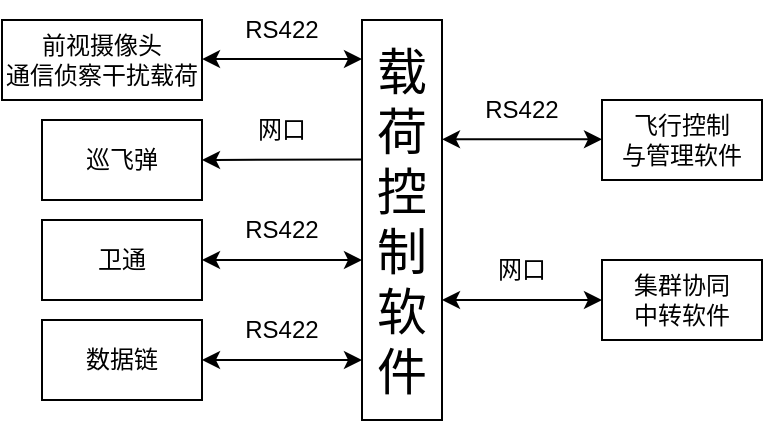
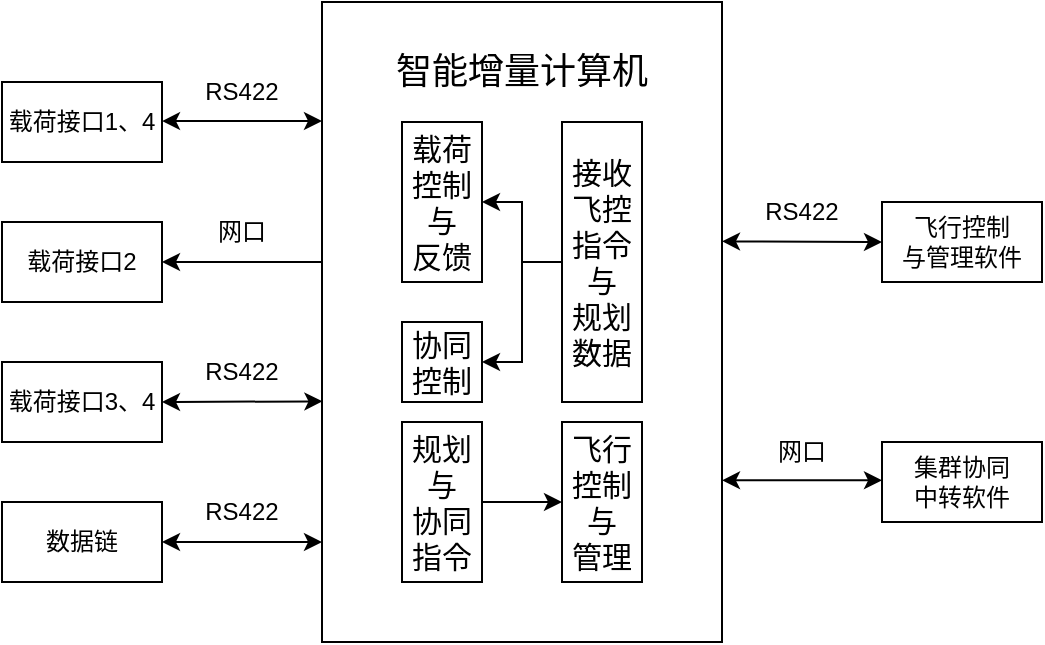
<mxfile host="app.diagrams.net" agent="Mozilla/5.0 (Windows NT 10.0; Win64; x64) AppleWebKit/537.36 (KHTML, like Gecko) Chrome/146.0.0.0 Safari/537.36" version="29.3.7">
-   <diagram name="第 1 页" id="NlSPOMpl6no0FbNGVIRb">
+   <diagram name="第 1 页" id="P7U0p2YBgUwdi0rxASiN">
    <mxGraphModel dx="786" dy="497" grid="1" gridSize="10" guides="1" tooltips="1" connect="1" arrows="1" fold="1" page="1" pageScale="1" pageWidth="827" pageHeight="1169" math="0" shadow="0">
      <root>
        <mxCell id="0" />
        <mxCell id="1" parent="0" />
-         <mxCell id="-c5naS9hgRaYut2M-Iny-1" parent="1" style="rounded=0;whiteSpace=wrap;html=1;" value="&lt;font style=&quot;font-size: 25px;&quot;&gt;载荷控制软件&lt;/font&gt;" vertex="1">
-           <mxGeometry height="200" width="40" x="240" y="120" as="geometry" />
+         <mxCell id="FJUeLi_HETRFmbpACcdS-1" parent="1" style="rounded=0;whiteSpace=wrap;html=1;" value="" vertex="1">
+           <mxGeometry height="320" width="200" x="280" y="80" as="geometry" />
        </mxCell>
-         <mxCell id="-c5naS9hgRaYut2M-Iny-3" edge="1" parent="1" style="edgeStyle=orthogonalEdgeStyle;rounded=0;orthogonalLoop=1;jettySize=auto;html=1;" value="">
-           <mxGeometry relative="1" as="geometry">
-             <mxPoint x="320" y="180" as="targetPoint" />
+         <mxCell id="FJUeLi_HETRFmbpACcdS-2" parent="1" style="text;html=1;whiteSpace=wrap;strokeColor=none;fillColor=none;align=center;verticalAlign=middle;rounded=0;" value="&lt;font style=&quot;font-size: 18px;&quot;&gt;智能增量计算机&lt;/font&gt;" vertex="1">
+           <mxGeometry height="30" width="140" x="310" y="100" as="geometry" />
+         </mxCell>
+         <mxCell id="FJUeLi_HETRFmbpACcdS-5" edge="1" parent="1" source="FJUeLi_HETRFmbpACcdS-3" style="edgeStyle=orthogonalEdgeStyle;rounded=0;orthogonalLoop=1;jettySize=auto;html=1;" target="FJUeLi_HETRFmbpACcdS-4" value="">
+           <mxGeometry relative="1" as="geometry" />
+         </mxCell>
+         <mxCell id="FJUeLi_HETRFmbpACcdS-3" parent="1" style="rounded=0;whiteSpace=wrap;html=1;" value="&lt;font style=&quot;font-size: 15px;&quot;&gt;接收飞控指令与&lt;br&gt;规划数据&lt;/font&gt;" vertex="1">
+           <mxGeometry height="140" width="40" x="400" y="140" as="geometry" />
+         </mxCell>
+         <mxCell id="FJUeLi_HETRFmbpACcdS-4" parent="1" style="rounded=0;whiteSpace=wrap;html=1;" value="&lt;font style=&quot;font-size: 15px;&quot;&gt;载荷控制&lt;/font&gt;&lt;div&gt;&lt;font style=&quot;font-size: 15px;&quot;&gt;与&lt;/font&gt;&lt;div&gt;&lt;font style=&quot;font-size: 15px;&quot;&gt;反馈&lt;/font&gt;&lt;/div&gt;&lt;/div&gt;" vertex="1">
+           <mxGeometry height="80" width="40" x="320" y="140" as="geometry" />
+         </mxCell>
+         <mxCell id="FJUeLi_HETRFmbpACcdS-6" parent="1" style="rounded=0;whiteSpace=wrap;html=1;" value="载荷接口1、4" vertex="1">
+           <mxGeometry height="40" width="80" x="120" y="120" as="geometry" />
+         </mxCell>
+         <mxCell id="FJUeLi_HETRFmbpACcdS-7" parent="1" style="rounded=0;whiteSpace=wrap;html=1;" value="载荷接口2" vertex="1">
+           <mxGeometry height="40" width="80" x="120" y="190" as="geometry" />
+         </mxCell>
+         <mxCell id="FJUeLi_HETRFmbpACcdS-8" parent="1" style="rounded=0;whiteSpace=wrap;html=1;" value="载荷接口3、4" vertex="1">
+           <mxGeometry height="40" width="80" x="120" y="260" as="geometry" />
+         </mxCell>
+         <mxCell id="FJUeLi_HETRFmbpACcdS-9" parent="1" style="rounded=0;whiteSpace=wrap;html=1;" value="数据链" vertex="1">
+           <mxGeometry height="40" width="80" x="120" y="330" as="geometry" />
+         </mxCell>
+         <mxCell id="FJUeLi_HETRFmbpACcdS-14" edge="1" parent="1" source="FJUeLi_HETRFmbpACcdS-8" style="endArrow=classic;startArrow=classic;html=1;rounded=0;exitX=1;exitY=0.5;exitDx=0;exitDy=0;entryX=0.001;entryY=0.624;entryDx=0;entryDy=0;entryPerimeter=0;" target="FJUeLi_HETRFmbpACcdS-1" value="">
+           <mxGeometry height="50" relative="1" width="50" as="geometry">
+             <mxPoint x="200" y="290" as="sourcePoint" />
+             <mxPoint x="250" y="240" as="targetPoint" />
          </mxGeometry>
        </mxCell>
-         <mxCell id="-c5naS9hgRaYut2M-Iny-6" parent="1" style="rounded=0;whiteSpace=wrap;html=1;" value="前视摄像头&lt;br&gt;通信侦察干扰载荷" vertex="1">
-           <mxGeometry height="40" width="100" x="60" y="120" as="geometry" />
-         </mxCell>
-         <mxCell id="-c5naS9hgRaYut2M-Iny-7" parent="1" style="rounded=0;whiteSpace=wrap;html=1;" value="巡飞弹" vertex="1">
-           <mxGeometry height="40" width="80" x="80" y="170" as="geometry" />
-         </mxCell>
-         <mxCell id="-c5naS9hgRaYut2M-Iny-8" parent="1" style="rounded=0;whiteSpace=wrap;html=1;" value="卫通" vertex="1">
-           <mxGeometry height="40" width="80" x="80" y="220" as="geometry" />
-         </mxCell>
-         <mxCell id="-c5naS9hgRaYut2M-Iny-9" parent="1" style="rounded=0;whiteSpace=wrap;html=1;" value="数据链" vertex="1">
-           <mxGeometry height="40" width="80" x="80" y="270" as="geometry" />
-         </mxCell>
-         <mxCell id="-c5naS9hgRaYut2M-Iny-10" edge="1" parent="1" source="-c5naS9hgRaYut2M-Iny-8" style="endArrow=classic;startArrow=classic;html=1;rounded=0;exitX=1;exitY=0.5;exitDx=0;exitDy=0;" value="">
+         <mxCell id="FJUeLi_HETRFmbpACcdS-15" edge="1" parent="1" style="endArrow=classic;html=1;rounded=0;entryX=1;entryY=0.5;entryDx=0;entryDy=0;" target="FJUeLi_HETRFmbpACcdS-7" value="">
          <mxGeometry height="50" relative="1" width="50" as="geometry">
-             <mxPoint x="160" y="290" as="sourcePoint" />
-             <mxPoint x="240" y="240" as="targetPoint" />
+             <mxPoint x="280" y="210" as="sourcePoint" />
+             <mxPoint x="290" y="190" as="targetPoint" />
          </mxGeometry>
        </mxCell>
-         <mxCell id="-c5naS9hgRaYut2M-Iny-11" edge="1" parent="1" source="-c5naS9hgRaYut2M-Iny-1" style="endArrow=classic;html=1;rounded=0;entryX=1;entryY=0.5;entryDx=0;entryDy=0;exitX=-0.008;exitY=0.349;exitDx=0;exitDy=0;exitPerimeter=0;" target="-c5naS9hgRaYut2M-Iny-7" value="">
+         <mxCell id="FJUeLi_HETRFmbpACcdS-16" edge="1" parent="1" source="FJUeLi_HETRFmbpACcdS-9" style="endArrow=classic;startArrow=classic;html=1;rounded=0;exitX=1;exitY=0.5;exitDx=0;exitDy=0;" value="">
          <mxGeometry height="50" relative="1" width="50" as="geometry">
-             <mxPoint x="240" y="210" as="sourcePoint" />
-             <mxPoint x="250" y="190" as="targetPoint" />
+             <mxPoint x="240" y="340" as="sourcePoint" />
+             <mxPoint x="280" y="350" as="targetPoint" />
          </mxGeometry>
        </mxCell>
-         <mxCell id="-c5naS9hgRaYut2M-Iny-12" edge="1" parent="1" source="-c5naS9hgRaYut2M-Iny-9" style="endArrow=classic;startArrow=classic;html=1;rounded=0;exitX=1;exitY=0.5;exitDx=0;exitDy=0;entryX=0;entryY=0.85;entryDx=0;entryDy=0;entryPerimeter=0;" target="-c5naS9hgRaYut2M-Iny-1" value="">
+         <mxCell id="FJUeLi_HETRFmbpACcdS-17" parent="1" style="rounded=0;whiteSpace=wrap;html=1;" value="飞行控制&lt;div&gt;与管理软件&lt;/div&gt;" vertex="1">
+           <mxGeometry height="40" width="80" x="560" y="180" as="geometry" />
+         </mxCell>
+         <mxCell id="FJUeLi_HETRFmbpACcdS-22" parent="1" style="rounded=0;whiteSpace=wrap;html=1;" value="集群协同&lt;div&gt;中转软件&lt;/div&gt;" vertex="1">
+           <mxGeometry height="40" width="80" x="560" y="300" as="geometry" />
+         </mxCell>
+         <mxCell id="FJUeLi_HETRFmbpACcdS-25" parent="1" style="text;html=1;whiteSpace=wrap;strokeColor=none;fillColor=none;align=center;verticalAlign=middle;rounded=0;" value="RS422" vertex="1">
+           <mxGeometry height="30" width="60" x="490" y="170" as="geometry" />
+         </mxCell>
+         <mxCell id="FJUeLi_HETRFmbpACcdS-26" parent="1" style="text;html=1;whiteSpace=wrap;strokeColor=none;fillColor=none;align=center;verticalAlign=middle;rounded=0;" value="网口" vertex="1">
+           <mxGeometry height="30" width="60" x="490" y="290" as="geometry" />
+         </mxCell>
+         <mxCell id="FJUeLi_HETRFmbpACcdS-28" parent="1" style="text;html=1;whiteSpace=wrap;strokeColor=none;fillColor=none;align=center;verticalAlign=middle;rounded=0;" value="RS422" vertex="1">
+           <mxGeometry height="30" width="60" x="210" y="110" as="geometry" />
+         </mxCell>
+         <mxCell id="FJUeLi_HETRFmbpACcdS-29" parent="1" style="text;html=1;whiteSpace=wrap;strokeColor=none;fillColor=none;align=center;verticalAlign=middle;rounded=0;" value="网口" vertex="1">
+           <mxGeometry height="30" width="60" x="210" y="180" as="geometry" />
+         </mxCell>
+         <mxCell id="FJUeLi_HETRFmbpACcdS-30" parent="1" style="text;html=1;whiteSpace=wrap;strokeColor=none;fillColor=none;align=center;verticalAlign=middle;rounded=0;" value="RS422" vertex="1">
+           <mxGeometry height="30" width="60" x="210" y="250" as="geometry" />
+         </mxCell>
+         <mxCell id="FJUeLi_HETRFmbpACcdS-31" parent="1" style="text;html=1;whiteSpace=wrap;strokeColor=none;fillColor=none;align=center;verticalAlign=middle;rounded=0;" value="RS422" vertex="1">
+           <mxGeometry height="30" width="60" x="210" y="320" as="geometry" />
+         </mxCell>
+         <mxCell id="FJUeLi_HETRFmbpACcdS-32" edge="1" parent="1" source="FJUeLi_HETRFmbpACcdS-1" style="endArrow=classic;startArrow=classic;html=1;rounded=0;entryX=0;entryY=0.5;entryDx=0;entryDy=0;exitX=1;exitY=0.374;exitDx=0;exitDy=0;exitPerimeter=0;" target="FJUeLi_HETRFmbpACcdS-17" value="">
          <mxGeometry height="50" relative="1" width="50" as="geometry">
-             <mxPoint x="200" y="340" as="sourcePoint" />
-             <mxPoint x="240" y="350" as="targetPoint" />
+             <mxPoint x="400" y="240" as="sourcePoint" />
+             <mxPoint x="450" y="190" as="targetPoint" />
          </mxGeometry>
        </mxCell>
-         <mxCell id="-c5naS9hgRaYut2M-Iny-13" parent="1" style="rounded=0;whiteSpace=wrap;html=1;" value="飞行控制&lt;div&gt;与管理软件&lt;/div&gt;" vertex="1">
-           <mxGeometry height="40" width="80" x="360" y="160" as="geometry" />
-         </mxCell>
-         <mxCell id="-c5naS9hgRaYut2M-Iny-14" parent="1" style="rounded=0;whiteSpace=wrap;html=1;" value="集群协同&lt;div&gt;中转软件&lt;/div&gt;" vertex="1">
-           <mxGeometry height="40" width="80" x="360" y="240" as="geometry" />
-         </mxCell>
-         <mxCell id="-c5naS9hgRaYut2M-Iny-15" parent="1" style="text;html=1;whiteSpace=wrap;strokeColor=none;fillColor=none;align=center;verticalAlign=middle;rounded=0;" value="RS422" vertex="1">
-           <mxGeometry height="30" width="60" x="290" y="150" as="geometry" />
-         </mxCell>
-         <mxCell id="-c5naS9hgRaYut2M-Iny-16" parent="1" style="text;html=1;whiteSpace=wrap;strokeColor=none;fillColor=none;align=center;verticalAlign=middle;rounded=0;" value="网口" vertex="1">
-           <mxGeometry height="30" width="60" x="290" y="230" as="geometry" />
-         </mxCell>
-         <mxCell id="-c5naS9hgRaYut2M-Iny-17" parent="1" style="text;html=1;whiteSpace=wrap;strokeColor=none;fillColor=none;align=center;verticalAlign=middle;rounded=0;" value="RS422" vertex="1">
-           <mxGeometry height="30" width="60" x="170" y="110" as="geometry" />
-         </mxCell>
-         <mxCell id="-c5naS9hgRaYut2M-Iny-18" parent="1" style="text;html=1;whiteSpace=wrap;strokeColor=none;fillColor=none;align=center;verticalAlign=middle;rounded=0;" value="网口" vertex="1">
-           <mxGeometry height="30" width="60" x="170" y="160" as="geometry" />
-         </mxCell>
-         <mxCell id="-c5naS9hgRaYut2M-Iny-19" parent="1" style="text;html=1;whiteSpace=wrap;strokeColor=none;fillColor=none;align=center;verticalAlign=middle;rounded=0;" value="RS422" vertex="1">
-           <mxGeometry height="30" width="60" x="170" y="210" as="geometry" />
-         </mxCell>
-         <mxCell id="-c5naS9hgRaYut2M-Iny-20" parent="1" style="text;html=1;whiteSpace=wrap;strokeColor=none;fillColor=none;align=center;verticalAlign=middle;rounded=0;" value="RS422" vertex="1">
-           <mxGeometry height="30" width="60" x="170" y="260" as="geometry" />
-         </mxCell>
-         <mxCell id="-c5naS9hgRaYut2M-Iny-22" edge="1" parent="1" style="endArrow=classic;startArrow=classic;html=1;rounded=0;exitX=0.999;exitY=0.358;exitDx=0;exitDy=0;exitPerimeter=0;" value="">
+         <mxCell id="FJUeLi_HETRFmbpACcdS-33" edge="1" parent="1" style="endArrow=classic;startArrow=classic;html=1;rounded=0;exitX=0.999;exitY=0.358;exitDx=0;exitDy=0;exitPerimeter=0;" value="">
          <mxGeometry height="50" relative="1" width="50" as="geometry">
-             <mxPoint x="280" y="260" as="sourcePoint" />
-             <mxPoint x="360" y="260" as="targetPoint" />
+             <mxPoint x="480" y="319.17" as="sourcePoint" />
+             <mxPoint x="560" y="319.17" as="targetPoint" />
          </mxGeometry>
        </mxCell>
-         <mxCell id="-c5naS9hgRaYut2M-Iny-28" edge="1" parent="1" style="endArrow=classic;startArrow=classic;html=1;rounded=0;exitX=1;exitY=0.5;exitDx=0;exitDy=0;entryX=0.001;entryY=0.624;entryDx=0;entryDy=0;entryPerimeter=0;" value="">
-           <mxGeometry height="50" relative="1" width="50" as="geometry">
-             <mxPoint x="160" y="139.51999999999998" as="sourcePoint" />
-             <mxPoint x="240" y="139.51999999999998" as="targetPoint" />
+         <mxCell id="FJUeLi_HETRFmbpACcdS-38" edge="1" parent="1" source="FJUeLi_HETRFmbpACcdS-3" style="edgeStyle=orthogonalEdgeStyle;rounded=0;orthogonalLoop=1;jettySize=auto;html=1;entryX=1;entryY=0.5;entryDx=0;entryDy=0;exitX=0;exitY=0.5;exitDx=0;exitDy=0;" target="FJUeLi_HETRFmbpACcdS-37">
+           <mxGeometry relative="1" as="geometry">
+             <mxPoint x="400" y="280" as="sourcePoint" />
          </mxGeometry>
        </mxCell>
-         <mxCell id="-c5naS9hgRaYut2M-Iny-30" edge="1" parent="1" style="endArrow=classic;startArrow=classic;html=1;rounded=0;exitX=0.999;exitY=0.358;exitDx=0;exitDy=0;exitPerimeter=0;" value="">
+         <mxCell id="FJUeLi_HETRFmbpACcdS-37" parent="1" style="rounded=0;whiteSpace=wrap;html=1;" value="&lt;font style=&quot;font-size: 15px;&quot;&gt;协同控制&lt;/font&gt;" vertex="1">
+           <mxGeometry height="40" width="40" x="320" y="240" as="geometry" />
+         </mxCell>
+         <mxCell id="FJUeLi_HETRFmbpACcdS-39" parent="1" style="rounded=0;whiteSpace=wrap;html=1;" value="&lt;font style=&quot;font-size: 15px;&quot;&gt;规划&lt;/font&gt;&lt;div&gt;&lt;font style=&quot;font-size: 15px;&quot;&gt;与&lt;/font&gt;&lt;div&gt;&lt;span style=&quot;font-size: 15px;&quot;&gt;协同指令&lt;/span&gt;&lt;/div&gt;&lt;/div&gt;" vertex="1">
+           <mxGeometry height="80" width="40" x="320" y="290" as="geometry" />
+         </mxCell>
+         <mxCell id="FJUeLi_HETRFmbpACcdS-40" parent="1" style="rounded=0;whiteSpace=wrap;html=1;" value="&lt;font style=&quot;font-size: 15px;&quot;&gt;飞行控制与&lt;/font&gt;&lt;div&gt;&lt;font style=&quot;font-size: 15px;&quot;&gt;管理&lt;/font&gt;&lt;/div&gt;" vertex="1">
+           <mxGeometry height="80" width="40" x="400" y="290" as="geometry" />
+         </mxCell>
+         <mxCell id="FJUeLi_HETRFmbpACcdS-41" edge="1" parent="1" style="endArrow=classic;html=1;rounded=0;entryX=0;entryY=0.5;entryDx=0;entryDy=0;" target="FJUeLi_HETRFmbpACcdS-40" value="">
          <mxGeometry height="50" relative="1" width="50" as="geometry">
-             <mxPoint x="280" y="179.66" as="sourcePoint" />
-             <mxPoint x="360" y="179.66" as="targetPoint" />
+             <mxPoint x="360" y="330" as="sourcePoint" />
+             <mxPoint x="350" y="280" as="targetPoint" />
+           </mxGeometry>
+         </mxCell>
+         <mxCell id="-yjdLRFRVeEzjYulkgjf-1" edge="1" parent="1" style="endArrow=classic;startArrow=classic;html=1;rounded=0;exitX=1;exitY=0.5;exitDx=0;exitDy=0;entryX=0.001;entryY=0.624;entryDx=0;entryDy=0;entryPerimeter=0;" value="">
+           <mxGeometry height="50" relative="1" width="50" as="geometry">
+             <mxPoint x="200" y="139.52" as="sourcePoint" />
+             <mxPoint x="280" y="139.52" as="targetPoint" />
          </mxGeometry>
        </mxCell>
      </root>
    </mxGraphModel>
  </diagram>
</mxfile>
